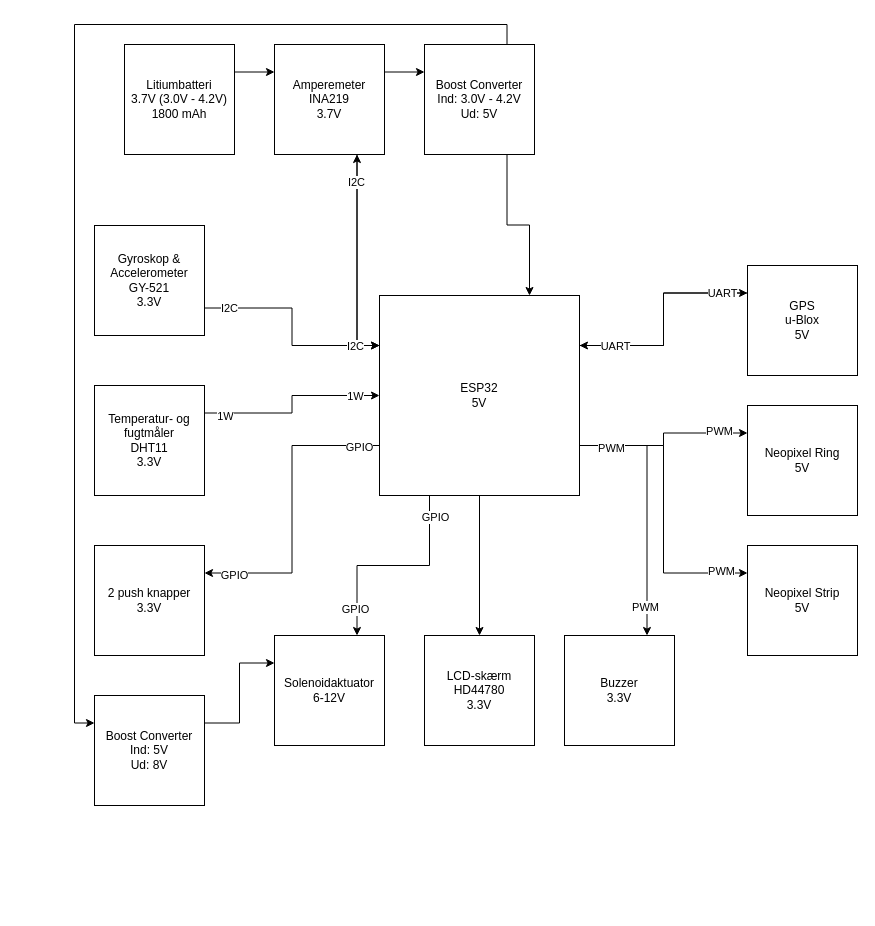
KEA-E24-B9-IOT1/E24-B9-IoT1 keeps this draw.io diagram as Blokdiagram/Blokdiagram.drawio. Above is the earlier version. Source tidied: cells renumbered, new cells numbered last; positions are measured from the earlier drawing's top-left corner, leaving out a move shared by most shapes. Both pictures are drawn from the tidied source at 100%, with x=0, y=0 at pixel (94, 44).
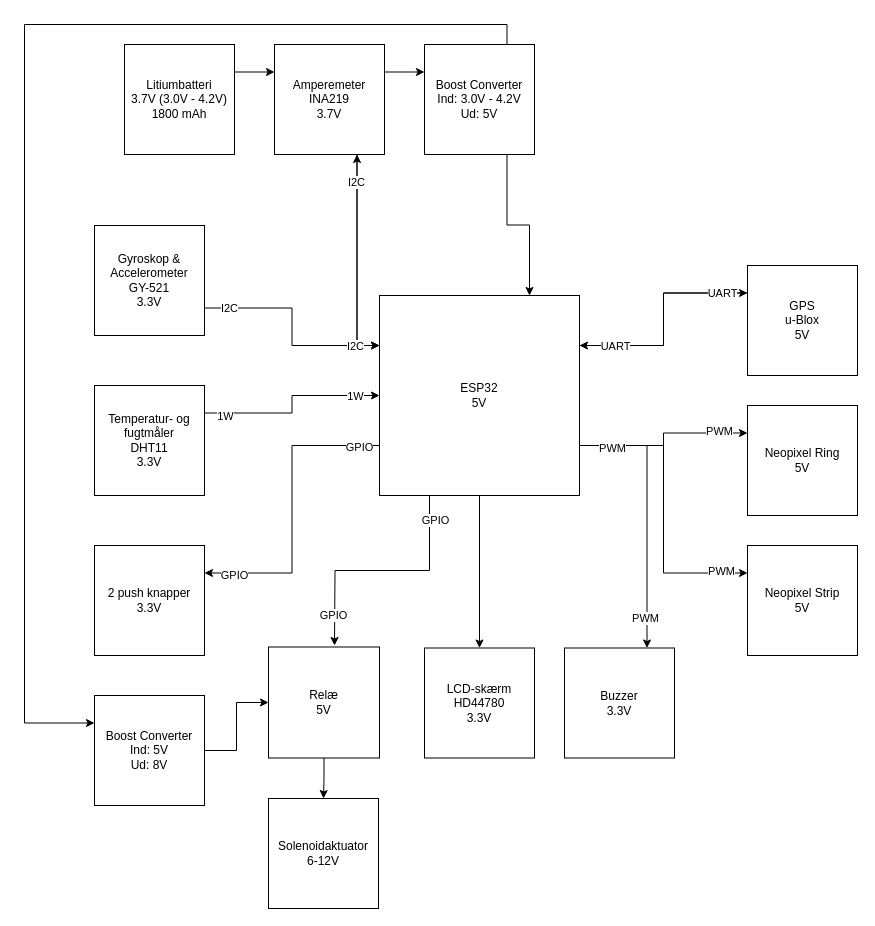
After the change.

Unchanged cells that the change refers to:
```xml
<mxCell id="9" value="&lt;div&gt;Boost Converter&lt;/div&gt;&lt;div&gt;Ind: 3.0V - 4.2V&lt;/div&gt;&lt;div&gt;Ud: 5V&lt;br&gt;&lt;/div&gt;" style="whiteSpace=wrap;html=1;" parent="1" vertex="1">
  <mxGeometry x="330" width="110" height="110" as="geometry" />
</mxCell>
<mxCell id="27" value="&lt;div&gt;ESP32&lt;/div&gt;&lt;div&gt;5V&lt;/div&gt;" style="whiteSpace=wrap;html=1;" parent="1" vertex="1">
  <mxGeometry x="285" y="251" width="200" height="200" as="geometry" />
</mxCell>
<mxCell id="47" value="&lt;div&gt;Boost Converter&lt;/div&gt;&lt;div&gt;Ind: 5V&lt;br&gt;&lt;/div&gt;&lt;div&gt;Ud: 8V&lt;br&gt;&lt;/div&gt;" style="whiteSpace=wrap;html=1;" parent="1" vertex="1">
  <mxGeometry y="651" width="110" height="110" as="geometry" />
</mxCell>
```

The edit, as a diff of the source:
```diff
@@
     <mxCell id="8" style="edgeStyle=orthogonalEdgeStyle;rounded=0;jettySize=auto;html=1;exitX=0.75;exitY=0;exitDx=0;exitDy=0;entryX=0;entryY=0.25;entryDx=0;entryDy=0;" parent="1" edge="1" source="9" target="47">
-      <mxGeometry relative="1" as="geometry" />
+      <mxGeometry relative="1" as="geometry">
+        <Array as="points">
+          <mxPoint x="413" y="-20" />
+          <mxPoint x="-70" y="-20" />
+          <mxPoint x="-70" y="679" />
+        </Array>
+      </mxGeometry>
     </mxCell>
@@
-    <mxCell id="24" style="edgeStyle=orthogonalEdgeStyle;rounded=0;jettySize=auto;html=1;exitX=0.25;exitY=1;exitDx=0;exitDy=0;entryX=0.75;entryY=0;entryDx=0;entryDy=0;" parent="1" edge="1" source="27" target="39">
-      <mxGeometry relative="1" as="geometry" />
+    <mxCell id="24" style="edgeStyle=orthogonalEdgeStyle;rounded=0;jettySize=auto;html=1;exitX=0.25;exitY=1;exitDx=0;exitDy=0;" parent="1" edge="1" source="27">
+      <mxGeometry relative="1" as="geometry">
+        <mxPoint x="240" y="601" as="targetPoint" />
+      </mxGeometry>
     </mxCell>
@@
     <mxCell id="37" value="&lt;div&gt;LCD-skærm&lt;br&gt;&lt;/div&gt;&lt;div&gt;HD44780&lt;/div&gt;&lt;div&gt;3.3V&lt;br&gt;&lt;/div&gt;" style="whiteSpace=wrap;html=1;" parent="1" vertex="1">
-      <mxGeometry x="330" y="591" width="110" height="110" as="geometry" />
+      <mxGeometry x="330" y="603.5" width="110" height="110" as="geometry" />
     </mxCell>
@@
     <mxCell id="39" value="&lt;div&gt;Solenoidaktuator&lt;/div&gt;&lt;div&gt;6-12V&lt;br&gt;&lt;/div&gt;" style="whiteSpace=wrap;html=1;" parent="1" vertex="1">
-      <mxGeometry x="180" y="591" width="110" height="110" as="geometry" />
+      <mxGeometry x="174" y="754" width="110" height="110" as="geometry" />
     </mxCell>
     <mxCell id="40" value="&lt;div&gt;Buzzer&lt;/div&gt;&lt;div&gt;3.3V&lt;br&gt;&lt;/div&gt;" style="whiteSpace=wrap;html=1;" parent="1" vertex="1">
-      <mxGeometry x="470" y="591" width="110" height="110" as="geometry" />
+      <mxGeometry x="470" y="603.5" width="110" height="110" as="geometry" />
     </mxCell>
@@
-    <mxCell id="46" style="edgeStyle=orthogonalEdgeStyle;rounded=0;jettySize=auto;html=1;exitX=1;exitY=0.25;exitDx=0;exitDy=0;entryX=0;entryY=0.25;entryDx=0;entryDy=0;" parent="1" edge="1" source="47" target="39">
-      <mxGeometry relative="1" as="geometry" />
-    </mxCell>
+    <mxCell id="48" style="edgeStyle=orthogonalEdgeStyle;rounded=0;jettySize=auto;html=1;exitX=1;exitY=0.5;exitDx=0;exitDy=0;entryX=0;entryY=0.5;entryDx=0;entryDy=0;" parent="1" edge="1" source="47" target="50">
+      <mxGeometry relative="1" as="geometry" />
+    </mxCell>
@@
+    <mxCell id="49" style="edgeStyle=orthogonalEdgeStyle;rounded=0;jettySize=auto;html=1;entryX=0.5;entryY=0;entryDx=0;entryDy=0;" parent="1" edge="1" source="50" target="39">
+      <mxGeometry relative="1" as="geometry" />
+    </mxCell>
+    <mxCell id="50" value="Relæ&lt;div&gt;5V&lt;/div&gt;" style="whiteSpace=wrap;html=1;" parent="1" vertex="1">
+      <mxGeometry x="174" y="602.5" width="111" height="111" as="geometry" />
+    </mxCell>
```
